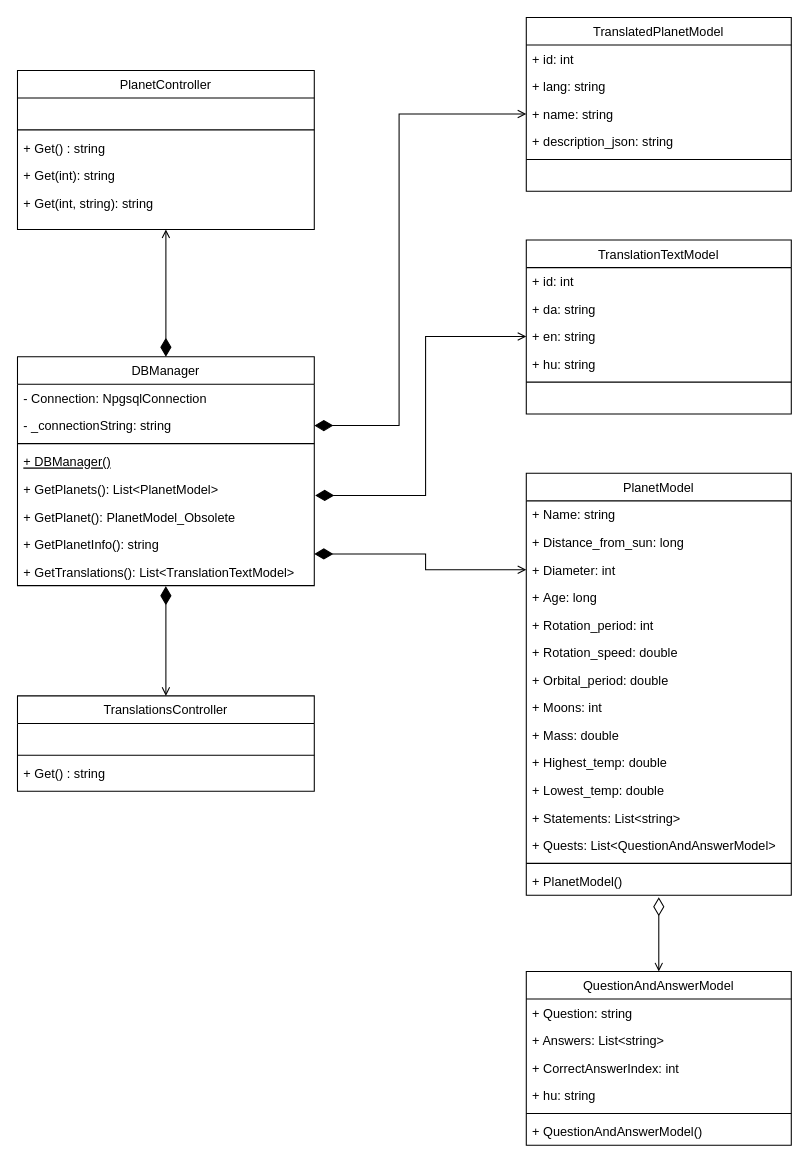
tsgsOFFICIAL/Kilgharrah keeps this draw.io diagram as API/API Class diagram.drawio. Above is the earlier version. Source tidied: cells renumbered, new cells numbered last; positions are measured from the earlier drawing's top-left corner, leaving out a move shared by most shapes. Both pictures are drawn from the tidied source at 106%, with x=0, y=0 at pixel (17, 17).
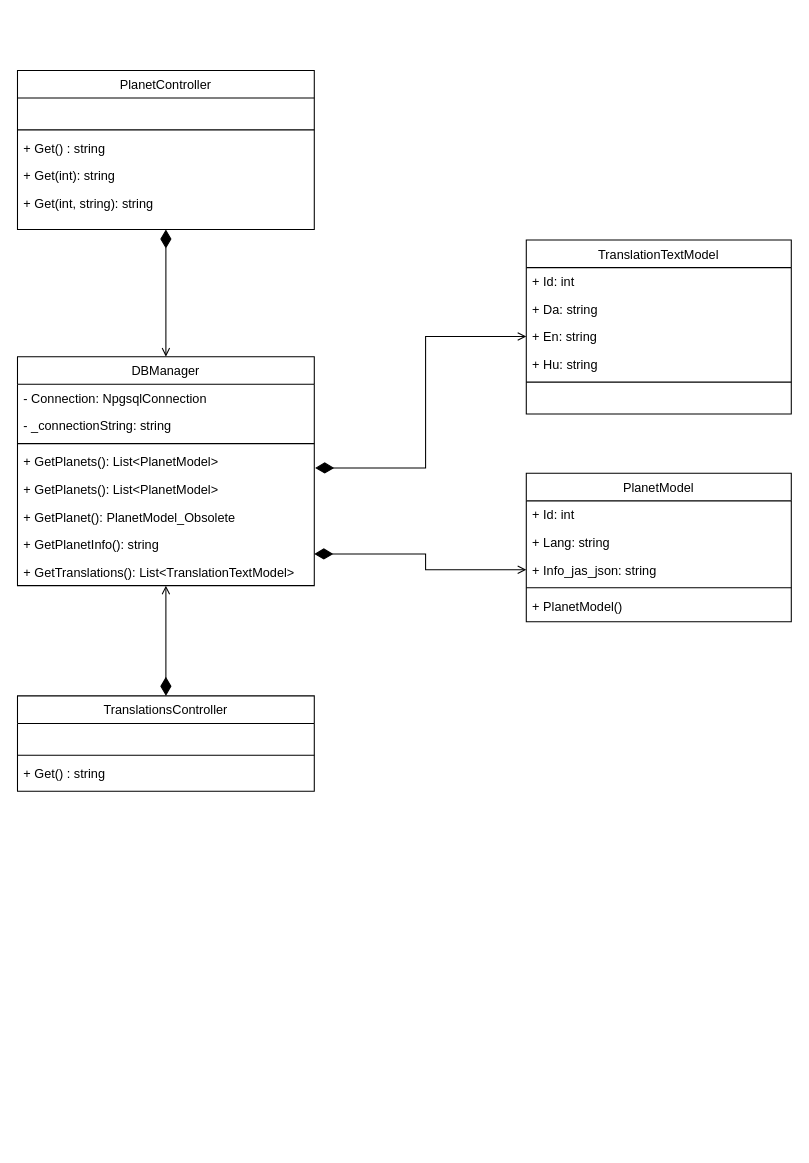
The same page after the edit.

Commit message (it also covers changes not shown here):
Updated API and Website Class diagrams

The change refers to these unchanged cells:
```xml
<mxCell id="26" value="TranslationTextModel" style="swimlane;fontStyle=0;align=center;verticalAlign=top;horizontal=1;startSize=26;rounded=0;shadow=0;strokeWidth=1;" parent="1" vertex="1">
  <mxGeometry x="480" y="210" width="250" height="164" as="geometry" />
</mxCell>
<mxCell id="32" value="DBManager" style="swimlane;fontStyle=0;align=center;verticalAlign=top;horizontal=1;startSize=26;rounded=0;shadow=0;strokeWidth=1;" parent="1" vertex="1">
  <mxGeometry y="320" width="280" height="216" as="geometry" />
</mxCell>
<mxCell id="34" value="- _connectionString: string" style="text;align=left;verticalAlign=top;spacingLeft=4;spacingRight=4;overflow=hidden;points=[[0,0.5],[1,0.5]];portConstraint=eastwest;" parent="32" vertex="1">
  <mxGeometry y="52" width="280" height="26" as="geometry" />
</mxCell>
<mxCell id="40" value="+ GetTranslations(): List&lt;TranslationTextModel&gt;" style="text;align=left;verticalAlign=top;spacingLeft=4;spacingRight=4;overflow=hidden;points=[[0,0.5],[1,0.5]];portConstraint=eastwest;" parent="32" vertex="1">
  <mxGeometry y="190" width="280" height="26" as="geometry" />
</mxCell>
<mxCell id="48" value="PlanetController" style="swimlane;fontStyle=0;align=center;verticalAlign=top;horizontal=1;startSize=26;rounded=0;shadow=0;strokeWidth=1;" parent="1" vertex="1">
  <mxGeometry y="50" width="280" height="150" as="geometry" />
</mxCell>
<mxCell id="55" value="TranslationsController" style="swimlane;fontStyle=0;align=center;verticalAlign=top;horizontal=1;startSize=26;rounded=0;shadow=0;strokeWidth=1;" parent="1" vertex="1">
  <mxGeometry y="640" width="280" height="90" as="geometry" />
</mxCell>
```

The edit, as a diff of the source:
```diff
@@
-    <mxCell id="2" style="edgeStyle=orthogonalEdgeStyle;rounded=0;jettySize=auto;html=1;endSize=15;targetPerimeterSpacing=15;endArrow=diamondThin;endFill=0;startArrow=open;startFill=0;" parent="1" edge="1" source="3">
-      <mxGeometry relative="1" as="geometry">
-        <mxPoint x="605" y="830" as="targetPoint" />
-      </mxGeometry>
-    </mxCell>
-    <mxCell id="3" value="QuestionAndAnswerModel" style="swimlane;fontStyle=0;align=center;verticalAlign=top;horizontal=1;startSize=26;rounded=0;shadow=0;strokeWidth=1;" parent="1" vertex="1">
-      <mxGeometry x="480" y="900" width="250" height="164" as="geometry" />
-    </mxCell>
-    <mxCell id="4" value="+ Question: string" style="text;align=left;verticalAlign=top;spacingLeft=4;spacingRight=4;overflow=hidden;" parent="3" vertex="1">
-      <mxGeometry y="26" width="250" height="26" as="geometry" />
-    </mxCell>
-    <mxCell id="5" value="+ Answers: List&lt;string&gt;" style="text;align=left;verticalAlign=top;spacingLeft=4;spacingRight=4;overflow=hidden;rounded=0;shadow=0;html=0;" parent="3" vertex="1">
-      <mxGeometry y="52" width="250" height="26" as="geometry" />
-    </mxCell>
-    <mxCell id="6" value="+ CorrectAnswerIndex: int" style="text;align=left;verticalAlign=top;spacingLeft=4;spacingRight=4;overflow=hidden;rounded=0;shadow=0;html=0;" parent="3" vertex="1">
-      <mxGeometry y="78" width="250" height="26" as="geometry" />
-    </mxCell>
-    <mxCell id="7" value="+ hu: string" style="text;align=left;verticalAlign=top;spacingLeft=4;spacingRight=4;overflow=hidden;rounded=0;shadow=0;html=0;" parent="3" vertex="1">
-      <mxGeometry y="104" width="250" height="26" as="geometry" />
-    </mxCell>
-    <mxCell id="8" style="line;html=1;strokeWidth=1;align=left;verticalAlign=middle;spacingTop=-1;spacingLeft=3;spacingRight=3;labelPosition=right;" parent="3" vertex="1">
-      <mxGeometry y="130" width="250" height="8" as="geometry" />
-    </mxCell>
-    <mxCell id="9" value="+ QuestionAndAnswerModel()" style="text;align=left;verticalAlign=top;spacingLeft=4;spacingRight=4;overflow=hidden;rounded=0;shadow=0;html=0;" parent="3" vertex="1">
-      <mxGeometry y="138" width="250" height="26" as="geometry" />
-    </mxCell>
     <mxCell id="10" value="PlanetModel&#10;" style="swimlane;fontStyle=0;align=center;verticalAlign=top;horizontal=1;startSize=26;rounded=0;shadow=0;strokeWidth=1;" parent="1" vertex="1">
-      <mxGeometry x="480" y="430" width="250" height="398" as="geometry" />
+      <mxGeometry x="480" y="430" width="250" height="140" as="geometry" />
     </mxCell>
-    <mxCell id="11" value="+ Name: string" style="text;align=left;verticalAlign=top;spacingLeft=4;spacingRight=4;overflow=hidden;" parent="10" vertex="1">
+    <mxCell id="11" value="+ Id: int" style="text;align=left;verticalAlign=top;spacingLeft=4;spacingRight=4;overflow=hidden;" parent="10" vertex="1">
       <mxGeometry y="26" width="250" height="26" as="geometry" />
     </mxCell>
-    <mxCell id="12" value="+ Distance_from_sun: long" style="text;align=left;verticalAlign=top;spacingLeft=4;spacingRight=4;overflow=hidden;" parent="10" vertex="1">
+    <mxCell id="12" value="+ Lang: string" style="text;align=left;verticalAlign=top;spacingLeft=4;spacingRight=4;overflow=hidden;" parent="10" vertex="1">
       <mxGeometry y="52" width="250" height="26" as="geometry" />
     </mxCell>
-    <mxCell id="13" value="+ Diameter: int" style="text;align=left;verticalAlign=top;spacingLeft=4;spacingRight=4;overflow=hidden;points=[[0,0.5],[1,0.5]];portConstraint=eastwest;" parent="10" vertex="1">
+    <mxCell id="13" value="+ Info_jas_json: string" style="text;align=left;verticalAlign=top;spacingLeft=4;spacingRight=4;overflow=hidden;points=[[0,0.5],[1,0.5]];portConstraint=eastwest;" parent="10" vertex="1">
       <mxGeometry y="78" width="250" height="26" as="geometry" />
     </mxCell>
-    <mxCell id="14" value="+ Age: long" style="text;align=left;verticalAlign=top;spacingLeft=4;spacingRight=4;overflow=hidden;" parent="10" vertex="1">
-      <mxGeometry y="104" width="250" height="26" as="geometry" />
-    </mxCell>
-    <mxCell id="15" value="+ Rotation_period: int" style="text;align=left;verticalAlign=top;spacingLeft=4;spacingRight=4;overflow=hidden;" parent="10" vertex="1">
-      <mxGeometry y="130" width="250" height="26" as="geometry" />
-    </mxCell>
-    <mxCell id="16" value="+ Rotation_speed: double" style="text;align=left;verticalAlign=top;spacingLeft=4;spacingRight=4;overflow=hidden;" parent="10" vertex="1">
-      <mxGeometry y="156" width="250" height="26" as="geometry" />
-    </mxCell>
-    <mxCell id="17" value="+ Orbital_period: double" style="text;align=left;verticalAlign=top;spacingLeft=4;spacingRight=4;overflow=hidden;" parent="10" vertex="1">
-      <mxGeometry y="182" width="250" height="26" as="geometry" />
-    </mxCell>
-    <mxCell id="18" value="+ Moons: int" style="text;align=left;verticalAlign=top;spacingLeft=4;spacingRight=4;overflow=hidden;" parent="10" vertex="1">
-      <mxGeometry y="208" width="250" height="26" as="geometry" />
-    </mxCell>
-    <mxCell id="19" value="+ Mass: double" style="text;align=left;verticalAlign=top;spacingLeft=4;spacingRight=4;overflow=hidden;" parent="10" vertex="1">
-      <mxGeometry y="234" width="250" height="26" as="geometry" />
-    </mxCell>
-    <mxCell id="20" value="+ Highest_temp: double" style="text;align=left;verticalAlign=top;spacingLeft=4;spacingRight=4;overflow=hidden;" parent="10" vertex="1">
-      <mxGeometry y="260" width="250" height="26" as="geometry" />
-    </mxCell>
-    <mxCell id="21" value="+ Lowest_temp: double" style="text;align=left;verticalAlign=top;spacingLeft=4;spacingRight=4;overflow=hidden;" parent="10" vertex="1">
-      <mxGeometry y="286" width="250" height="26" as="geometry" />
-    </mxCell>
-    <mxCell id="22" value="+ Statements: List&lt;string&gt;" style="text;align=left;verticalAlign=top;spacingLeft=4;spacingRight=4;overflow=hidden;" parent="10" vertex="1">
-      <mxGeometry y="312" width="250" height="26" as="geometry" />
-    </mxCell>
-    <mxCell id="23" value="+ Quests: List&lt;QuestionAndAnswerModel&gt;" style="text;align=left;verticalAlign=top;spacingLeft=4;spacingRight=4;overflow=hidden;" parent="10" vertex="1">
-      <mxGeometry y="338" width="250" height="26" as="geometry" />
-    </mxCell>
     <mxCell id="24" style="line;html=1;strokeWidth=1;align=left;verticalAlign=middle;spacingTop=-1;spacingLeft=3;spacingRight=3;labelPosition=right;" parent="10" vertex="1">
-      <mxGeometry y="364" width="250" height="8" as="geometry" />
+      <mxGeometry y="104" width="250" height="8" as="geometry" />
     </mxCell>
     <mxCell id="25" value="+ PlanetModel()" style="text;align=left;verticalAlign=top;spacingLeft=4;spacingRight=4;overflow=hidden;" parent="10" vertex="1">
-      <mxGeometry y="372" width="250" height="26" as="geometry" />
+      <mxGeometry y="112" width="250" height="26" as="geometry" />
     </mxCell>
@@
-    <mxCell id="27" value="+ id: int" style="text;align=left;verticalAlign=top;spacingLeft=4;spacingRight=4;overflow=hidden;" parent="26" vertex="1">
+    <mxCell id="27" value="+ Id: int" style="text;align=left;verticalAlign=top;spacingLeft=4;spacingRight=4;overflow=hidden;" parent="26" vertex="1">
       <mxGeometry y="26" width="250" height="26" as="geometry" />
     </mxCell>
-    <mxCell id="28" value="+ da: string" style="text;align=left;verticalAlign=top;spacingLeft=4;spacingRight=4;overflow=hidden;rounded=0;shadow=0;html=0;" parent="26" vertex="1">
+    <mxCell id="28" value="+ Da: string" style="text;align=left;verticalAlign=top;spacingLeft=4;spacingRight=4;overflow=hidden;rounded=0;shadow=0;html=0;" parent="26" vertex="1">
       <mxGeometry y="52" width="250" height="26" as="geometry" />
     </mxCell>
-    <mxCell id="29" value="+ en: string" style="text;align=left;verticalAlign=top;spacingLeft=4;spacingRight=4;overflow=hidden;points=[[0,0.5],[1,0.5]];portConstraint=eastwest;rounded=0;shadow=0;html=0;" parent="26" vertex="1">
+    <mxCell id="29" value="+ En: string" style="text;align=left;verticalAlign=top;spacingLeft=4;spacingRight=4;overflow=hidden;points=[[0,0.5],[1,0.5]];portConstraint=eastwest;rounded=0;shadow=0;html=0;" parent="26" vertex="1">
       <mxGeometry y="78" width="250" height="26" as="geometry" />
     </mxCell>
-    <mxCell id="30" value="+ hu: string" style="text;align=left;verticalAlign=top;spacingLeft=4;spacingRight=4;overflow=hidden;rounded=0;shadow=0;html=0;" parent="26" vertex="1">
+    <mxCell id="30" value="+ Hu: string" style="text;align=left;verticalAlign=top;spacingLeft=4;spacingRight=4;overflow=hidden;rounded=0;shadow=0;html=0;" parent="26" vertex="1">
       <mxGeometry y="104" width="250" height="26" as="geometry" />
     </mxCell>
@@
+    <mxCell id="62" style="edgeStyle=orthogonalEdgeStyle;rounded=0;jettySize=auto;html=1;entryX=0.5;entryY=1;entryDx=0;entryDy=0;startArrow=open;startFill=0;endArrow=diamondThin;endFill=1;targetPerimeterSpacing=15;endSize=15;" parent="1" edge="1" source="32" target="48">
+      <mxGeometry relative="1" as="geometry" />
+    </mxCell>
+    <mxCell id="63" style="edgeStyle=orthogonalEdgeStyle;rounded=0;jettySize=auto;html=1;entryX=0.5;entryY=0;entryDx=0;entryDy=0;startArrow=open;startFill=0;endArrow=diamondThin;endFill=1;endSize=15;targetPerimeterSpacing=15;" parent="1" edge="1" source="32" target="55">
+      <mxGeometry relative="1" as="geometry" />
+    </mxCell>
@@
-    <mxCell id="36" value="+ DBManager()" style="text;align=left;verticalAlign=top;spacingLeft=4;spacingRight=4;overflow=hidden;fontStyle=4;" parent="32" vertex="1">
-      <mxGeometry y="86" width="280" height="26" as="geometry" />
-    </mxCell>
     <mxCell id="37" value="+ GetPlanets(): List&lt;PlanetModel&gt;" style="text;align=left;verticalAlign=top;spacingLeft=4;spacingRight=4;overflow=hidden;points=[[0,0.5],[1,0.5]];portConstraint=eastwest;" parent="32" vertex="1">
-      <mxGeometry y="112" width="280" height="26" as="geometry" />
+      <mxGeometry y="86" width="280" height="26" as="geometry" />
     </mxCell>
+    <mxCell id="64" value="+ GetPlanets(): List&lt;PlanetModel&gt;" style="text;align=left;verticalAlign=top;spacingLeft=4;spacingRight=4;overflow=hidden;" parent="32" vertex="1">
+      <mxGeometry y="112" width="280" height="26" as="geometry" />
+    </mxCell>
@@
-    <mxCell id="41" value="TranslatedPlanetModel" style="swimlane;fontStyle=0;align=center;verticalAlign=top;horizontal=1;startSize=26;rounded=0;shadow=0;strokeWidth=1;" parent="1" vertex="1">
-      <mxGeometry x="480" width="250" height="164" as="geometry" />
-    </mxCell>
-    <mxCell id="42" value="+ id: int" style="text;align=left;verticalAlign=top;spacingLeft=4;spacingRight=4;overflow=hidden;" parent="41" vertex="1">
-      <mxGeometry y="26" width="250" height="26" as="geometry" />
-    </mxCell>
-    <mxCell id="43" value="+ lang: string" style="text;align=left;verticalAlign=top;spacingLeft=4;spacingRight=4;overflow=hidden;rounded=0;shadow=0;html=0;" parent="41" vertex="1">
-      <mxGeometry y="52" width="250" height="26" as="geometry" />
-    </mxCell>
-    <mxCell id="44" value="+ name: string" style="text;align=left;verticalAlign=top;spacingLeft=4;spacingRight=4;overflow=hidden;points=[[0,0.5],[1,0.5]];portConstraint=eastwest;rounded=0;shadow=0;html=0;" parent="41" vertex="1">
-      <mxGeometry y="78" width="250" height="26" as="geometry" />
-    </mxCell>
-    <mxCell id="45" value="+ description_json: string" style="text;align=left;verticalAlign=top;spacingLeft=4;spacingRight=4;overflow=hidden;rounded=0;shadow=0;html=0;" parent="41" vertex="1">
-      <mxGeometry y="104" width="250" height="26" as="geometry" />
-    </mxCell>
-    <mxCell id="46" style="line;html=1;strokeWidth=1;align=left;verticalAlign=middle;spacingTop=-1;spacingLeft=3;spacingRight=3;labelPosition=right;" parent="41" vertex="1">
-      <mxGeometry y="130" width="250" height="8" as="geometry" />
-    </mxCell>
-    <mxCell id="47" style="edgeStyle=orthogonalEdgeStyle;rounded=0;jettySize=auto;html=1;entryX=0.5;entryY=0;entryDx=0;entryDy=0;startArrow=open;startFill=0;endArrow=diamondThin;endFill=1;endSize=15;targetPerimeterSpacing=15;" parent="1" edge="1" source="48" target="32">
-      <mxGeometry relative="1" as="geometry" />
-    </mxCell>
@@
-    <mxCell id="54" style="edgeStyle=orthogonalEdgeStyle;rounded=0;jettySize=auto;html=1;entryX=0.5;entryY=1.017;entryDx=0;entryDy=0;entryPerimeter=0;startArrow=open;startFill=0;endArrow=diamondThin;endFill=1;endSize=15;targetPerimeterSpacing=15;" parent="1" edge="1" source="55" target="40">
-      <mxGeometry relative="1" as="geometry" />
-    </mxCell>
@@
-    <mxCell id="61" style="edgeStyle=orthogonalEdgeStyle;rounded=0;jettySize=auto;html=1;entryX=1;entryY=0.5;entryDx=0;entryDy=0;startArrow=open;startFill=0;endArrow=diamondThin;endFill=1;endSize=15;targetPerimeterSpacing=15;" parent="1" edge="1" source="44" target="34">
-      <mxGeometry relative="1" as="geometry">
-        <Array as="points">
-          <mxPoint x="360" y="91" />
-          <mxPoint x="360" y="385" />
-        </Array>
-      </mxGeometry>
-    </mxCell>
```
